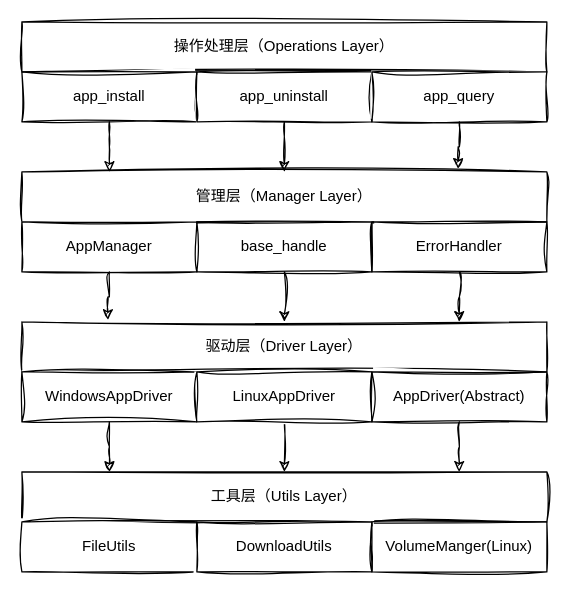
This is page "应用管理架构" (1 of 2) of yuxun.drawio from wangkuntian/draw, a draw.io file, before an edit. Source tidied: cells renumbered, new cells numbered last; positions are measured from the earlier drawing's top-left corner, leaving out a move shared by most shapes. Both pictures are drawn from the tidied source at 125%, with x=0, y=0 at pixel (21, 21).
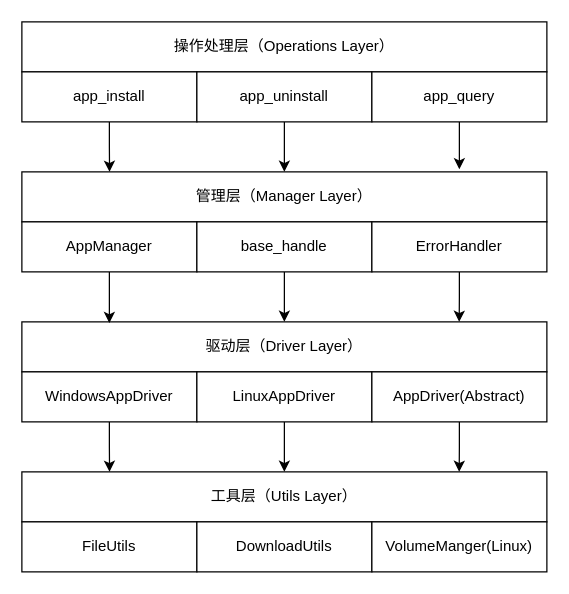
The same page after the edit.

What changed in the source:
```diff
@@
-    <mxCell id="2" value="操作处理层（Operations Layer）" style="rounded=0;whiteSpace=wrap;html=1;sketch=1;hachureGap=4;jiggle=2;curveFitting=1;fontFamily=Maple Mono NF;" parent="1" vertex="1">
+    <mxCell id="2" value="操作处理层（Operations Layer）" style="rounded=0;whiteSpace=wrap;html=1;hachureGap=4;fontFamily=Maple Mono NF;" parent="1" vertex="1">
       <mxGeometry width="420" height="40" as="geometry" />
     </mxCell>
-    <mxCell id="3" value="app_install" style="rounded=0;whiteSpace=wrap;html=1;sketch=1;hachureGap=4;jiggle=2;curveFitting=1;fontFamily=Maple Mono NF;fontSize=12;" parent="1" vertex="1">
+    <mxCell id="3" value="app_install" style="rounded=0;whiteSpace=wrap;html=1;hachureGap=4;fontFamily=Maple Mono NF;fontSize=12;" parent="1" vertex="1">
       <mxGeometry y="40" width="140" height="40" as="geometry" />
     </mxCell>
-    <mxCell id="4" style="edgeStyle=orthogonalEdgeStyle;rounded=0;sketch=1;hachureGap=4;jiggle=2;curveFitting=1;jettySize=auto;html=1;entryX=0.5;entryY=0;entryDx=0;entryDy=0;fontFamily=Architects Daughter;" parent="1" edge="1" source="5" target="7">
+    <mxCell id="4" style="edgeStyle=orthogonalEdgeStyle;rounded=0;hachureGap=4;jettySize=auto;html=1;entryX=0.5;entryY=0;entryDx=0;entryDy=0;fontFamily=Maple Mono NF;" parent="1" edge="1" source="5" target="7">
       <mxGeometry relative="1" as="geometry" />
     </mxCell>
-    <mxCell id="5" value="app_uninstall" style="rounded=0;whiteSpace=wrap;html=1;sketch=1;hachureGap=4;jiggle=2;curveFitting=1;fontFamily=Maple Mono NF;fontSize=12;" parent="1" vertex="1">
+    <mxCell id="5" value="app_uninstall" style="rounded=0;whiteSpace=wrap;html=1;hachureGap=4;fontFamily=Maple Mono NF;fontSize=12;" parent="1" vertex="1">
       <mxGeometry x="140" y="40" width="140" height="40" as="geometry" />
     </mxCell>
-    <mxCell id="6" value="app_query" style="rounded=0;whiteSpace=wrap;html=1;sketch=1;hachureGap=4;jiggle=2;curveFitting=1;fontFamily=Maple Mono NF;fontSize=12;" parent="1" vertex="1">
+    <mxCell id="6" value="app_query" style="rounded=0;whiteSpace=wrap;html=1;hachureGap=4;fontFamily=Maple Mono NF;fontSize=12;" parent="1" vertex="1">
       <mxGeometry x="280" y="40" width="140" height="40" as="geometry" />
     </mxCell>
-    <mxCell id="7" value="管理层（Manager Layer）" style="rounded=0;whiteSpace=wrap;html=1;sketch=1;hachureGap=4;jiggle=2;curveFitting=1;fontFamily=Maple Mono NF;" parent="1" vertex="1">
+    <mxCell id="7" value="管理层（Manager Layer）" style="rounded=0;whiteSpace=wrap;html=1;hachureGap=4;fontFamily=Maple Mono NF;" parent="1" vertex="1">
       <mxGeometry y="120" width="420" height="40" as="geometry" />
     </mxCell>
-    <mxCell id="8" value="AppManager" style="rounded=0;whiteSpace=wrap;html=1;sketch=1;hachureGap=4;jiggle=2;curveFitting=1;fontFamily=Maple Mono NF;fontSize=12;" parent="1" vertex="1">
+    <mxCell id="8" value="AppManager" style="rounded=0;whiteSpace=wrap;html=1;hachureGap=4;fontFamily=Maple Mono NF;fontSize=12;" parent="1" vertex="1">
       <mxGeometry y="160" width="140" height="40" as="geometry" />
     </mxCell>
-    <mxCell id="9" style="edgeStyle=orthogonalEdgeStyle;rounded=0;sketch=1;hachureGap=4;jiggle=2;curveFitting=1;jettySize=auto;html=1;entryX=0.5;entryY=0;entryDx=0;entryDy=0;fontFamily=Architects Daughter;" parent="1" edge="1" source="10" target="12">
+    <mxCell id="9" style="edgeStyle=orthogonalEdgeStyle;rounded=0;hachureGap=4;jettySize=auto;html=1;entryX=0.5;entryY=0;entryDx=0;entryDy=0;fontFamily=Maple Mono NF;" parent="1" edge="1" source="10" target="12">
       <mxGeometry relative="1" as="geometry" />
     </mxCell>
-    <mxCell id="10" value="base_handle" style="rounded=0;whiteSpace=wrap;html=1;sketch=1;hachureGap=4;jiggle=2;curveFitting=1;fontFamily=Maple Mono NF;fontSize=12;" parent="1" vertex="1">
+    <mxCell id="10" value="base_handle" style="rounded=0;whiteSpace=wrap;html=1;hachureGap=4;fontFamily=Maple Mono NF;fontSize=12;" parent="1" vertex="1">
       <mxGeometry x="140" y="160" width="140" height="40" as="geometry" />
     </mxCell>
-    <mxCell id="11" value="ErrorHandler" style="rounded=0;whiteSpace=wrap;html=1;sketch=1;hachureGap=4;jiggle=2;curveFitting=1;fontFamily=Maple Mono NF;fontSize=12;" parent="1" vertex="1">
+    <mxCell id="11" value="ErrorHandler" style="rounded=0;whiteSpace=wrap;html=1;hachureGap=4;fontFamily=Maple Mono NF;fontSize=12;" parent="1" vertex="1">
       <mxGeometry x="280" y="160" width="140" height="40" as="geometry" />
     </mxCell>
-    <mxCell id="12" value="驱动层（Driver Layer）" style="rounded=0;whiteSpace=wrap;html=1;sketch=1;hachureGap=4;jiggle=2;curveFitting=1;fontFamily=Maple Mono NF;" parent="1" vertex="1">
+    <mxCell id="12" value="驱动层（Driver Layer）" style="rounded=0;whiteSpace=wrap;html=1;hachureGap=4;fontFamily=Maple Mono NF;" parent="1" vertex="1">
       <mxGeometry y="240" width="420" height="40" as="geometry" />
     </mxCell>
-    <mxCell id="13" value="WindowsAppDriver" style="rounded=0;whiteSpace=wrap;html=1;sketch=1;hachureGap=4;jiggle=2;curveFitting=1;fontFamily=Maple Mono NF;fontSize=12;" parent="1" vertex="1">
+    <mxCell id="13" value="WindowsAppDriver" style="rounded=0;whiteSpace=wrap;html=1;hachureGap=4;fontFamily=Maple Mono NF;fontSize=12;" parent="1" vertex="1">
       <mxGeometry y="280" width="140" height="40" as="geometry" />
     </mxCell>
-    <mxCell id="14" style="edgeStyle=orthogonalEdgeStyle;rounded=0;sketch=1;hachureGap=4;jiggle=2;curveFitting=1;jettySize=auto;html=1;entryX=0.5;entryY=0;entryDx=0;entryDy=0;fontFamily=Architects Daughter;" parent="1" edge="1" source="15" target="17">
+    <mxCell id="14" style="edgeStyle=orthogonalEdgeStyle;rounded=0;hachureGap=4;jettySize=auto;html=1;entryX=0.5;entryY=0;entryDx=0;entryDy=0;fontFamily=Maple Mono NF;" parent="1" edge="1" source="15" target="17">
       <mxGeometry relative="1" as="geometry" />
     </mxCell>
-    <mxCell id="15" value="LinuxAppDriver" style="rounded=0;whiteSpace=wrap;html=1;sketch=1;hachureGap=4;jiggle=2;curveFitting=1;fontFamily=Maple Mono NF;fontSize=12;" parent="1" vertex="1">
+    <mxCell id="15" value="LinuxAppDriver" style="rounded=0;whiteSpace=wrap;html=1;hachureGap=4;fontFamily=Maple Mono NF;fontSize=12;" parent="1" vertex="1">
       <mxGeometry x="140" y="280" width="140" height="40" as="geometry" />
     </mxCell>
-    <mxCell id="16" value="AppDriver(Abstract)" style="rounded=0;whiteSpace=wrap;html=1;sketch=1;hachureGap=4;jiggle=2;curveFitting=1;fontFamily=Maple Mono NF;fontSize=12;" parent="1" vertex="1">
+    <mxCell id="16" value="AppDriver(Abstract)" style="rounded=0;whiteSpace=wrap;html=1;hachureGap=4;fontFamily=Maple Mono NF;fontSize=12;" parent="1" vertex="1">
       <mxGeometry x="280" y="280" width="140" height="40" as="geometry" />
     </mxCell>
-    <mxCell id="17" value="工具层（Utils Layer）" style="rounded=0;whiteSpace=wrap;html=1;sketch=1;hachureGap=4;jiggle=2;curveFitting=1;fontFamily=Maple Mono NF;" parent="1" vertex="1">
+    <mxCell id="17" value="工具层（Utils Layer）" style="rounded=0;whiteSpace=wrap;html=1;hachureGap=4;fontFamily=Maple Mono NF;" parent="1" vertex="1">
       <mxGeometry y="360" width="420" height="40" as="geometry" />
     </mxCell>
-    <mxCell id="18" value="FileUtils" style="rounded=0;whiteSpace=wrap;html=1;sketch=1;hachureGap=4;jiggle=2;curveFitting=1;fontFamily=Maple Mono NF;fontSize=12;" parent="1" vertex="1">
+    <mxCell id="18" value="FileUtils" style="rounded=0;whiteSpace=wrap;html=1;hachureGap=4;fontFamily=Maple Mono NF;fontSize=12;" parent="1" vertex="1">
       <mxGeometry y="400" width="140" height="40" as="geometry" />
     </mxCell>
-    <mxCell id="19" value="DownloadUtils" style="rounded=0;whiteSpace=wrap;html=1;sketch=1;hachureGap=4;jiggle=2;curveFitting=1;fontFamily=Maple Mono NF;fontSize=12;" parent="1" vertex="1">
+    <mxCell id="19" value="DownloadUtils" style="rounded=0;whiteSpace=wrap;html=1;hachureGap=4;fontFamily=Maple Mono NF;fontSize=12;" parent="1" vertex="1">
       <mxGeometry x="140" y="400" width="140" height="40" as="geometry" />
     </mxCell>
-    <mxCell id="20" value="VolumeManger(Linux)" style="rounded=0;whiteSpace=wrap;html=1;sketch=1;hachureGap=4;jiggle=2;curveFitting=1;fontFamily=Maple Mono NF;fontSize=12;" parent="1" vertex="1">
+    <mxCell id="20" value="VolumeManger(Linux)" style="rounded=0;whiteSpace=wrap;html=1;hachureGap=4;fontFamily=Maple Mono NF;fontSize=12;" parent="1" vertex="1">
       <mxGeometry x="280" y="400" width="140" height="40" as="geometry" />
     </mxCell>
-    <mxCell id="21" style="edgeStyle=orthogonalEdgeStyle;rounded=0;sketch=1;hachureGap=4;jiggle=2;curveFitting=1;jettySize=auto;html=1;entryX=0.167;entryY=0;entryDx=0;entryDy=0;entryPerimeter=0;fontFamily=Architects Daughter;" parent="1" edge="1" source="3" target="7">
+    <mxCell id="21" style="edgeStyle=orthogonalEdgeStyle;rounded=0;hachureGap=4;jettySize=auto;html=1;entryX=0.167;entryY=0;entryDx=0;entryDy=0;entryPerimeter=0;fontFamily=Maple Mono NF;" parent="1" edge="1" source="3" target="7">
       <mxGeometry relative="1" as="geometry" />
     </mxCell>
-    <mxCell id="22" style="edgeStyle=orthogonalEdgeStyle;rounded=0;sketch=1;hachureGap=4;jiggle=2;curveFitting=1;jettySize=auto;html=1;entryX=0.831;entryY=-0.061;entryDx=0;entryDy=0;entryPerimeter=0;fontFamily=Architects Daughter;" parent="1" edge="1" source="6" target="7">
-      <mxGeometry relative="1" as="geometry" />
+    <mxCell id="22" style="edgeStyle=orthogonalEdgeStyle;rounded=0;hachureGap=4;jettySize=auto;html=1;fontFamily=Maple Mono NF;" parent="1" edge="1" source="6">
+      <mxGeometry relative="1" as="geometry">
+        <mxPoint x="350" y="118" as="targetPoint" />
+      </mxGeometry>
     </mxCell>
-    <mxCell id="23" style="edgeStyle=orthogonalEdgeStyle;rounded=0;sketch=1;hachureGap=4;jiggle=2;curveFitting=1;jettySize=auto;html=1;entryX=0.164;entryY=-0.039;entryDx=0;entryDy=0;entryPerimeter=0;fontFamily=Architects Daughter;" parent="1" edge="1" source="8" target="12">
-      <mxGeometry relative="1" as="geometry" />
+    <mxCell id="23" style="edgeStyle=orthogonalEdgeStyle;rounded=0;hachureGap=4;jettySize=auto;html=1;fontFamily=Maple Mono NF;" parent="1" edge="1" source="8">
+      <mxGeometry relative="1" as="geometry">
+        <mxPoint x="70" y="241" as="targetPoint" />
+      </mxGeometry>
     </mxCell>
-    <mxCell id="24" style="edgeStyle=orthogonalEdgeStyle;rounded=0;sketch=1;hachureGap=4;jiggle=2;curveFitting=1;jettySize=auto;html=1;entryX=0.833;entryY=0;entryDx=0;entryDy=0;entryPerimeter=0;fontFamily=Architects Daughter;" parent="1" edge="1" source="11" target="12">
+    <mxCell id="24" style="edgeStyle=orthogonalEdgeStyle;rounded=0;hachureGap=4;jettySize=auto;html=1;entryX=0.833;entryY=0;entryDx=0;entryDy=0;entryPerimeter=0;fontFamily=Maple Mono NF;" parent="1" edge="1" source="11" target="12">
       <mxGeometry relative="1" as="geometry" />
     </mxCell>
-    <mxCell id="25" style="edgeStyle=orthogonalEdgeStyle;rounded=0;sketch=1;hachureGap=4;jiggle=2;curveFitting=1;jettySize=auto;html=1;entryX=0.167;entryY=0;entryDx=0;entryDy=0;entryPerimeter=0;fontFamily=Architects Daughter;" parent="1" edge="1" source="13" target="17">
+    <mxCell id="25" style="edgeStyle=orthogonalEdgeStyle;rounded=0;hachureGap=4;jettySize=auto;html=1;entryX=0.167;entryY=0;entryDx=0;entryDy=0;entryPerimeter=0;fontFamily=Maple Mono NF;" parent="1" edge="1" source="13" target="17">
       <mxGeometry relative="1" as="geometry" />
     </mxCell>
-    <mxCell id="26" style="edgeStyle=orthogonalEdgeStyle;rounded=0;sketch=1;hachureGap=4;jiggle=2;curveFitting=1;jettySize=auto;html=1;entryX=0.833;entryY=0;entryDx=0;entryDy=0;entryPerimeter=0;fontFamily=Architects Daughter;" parent="1" edge="1" source="16" target="17">
+    <mxCell id="26" style="edgeStyle=orthogonalEdgeStyle;rounded=0;hachureGap=4;jettySize=auto;html=1;entryX=0.833;entryY=0;entryDx=0;entryDy=0;entryPerimeter=0;fontFamily=Maple Mono NF;" parent="1" edge="1" source="16" target="17">
       <mxGeometry relative="1" as="geometry" />
     </mxCell>
```
